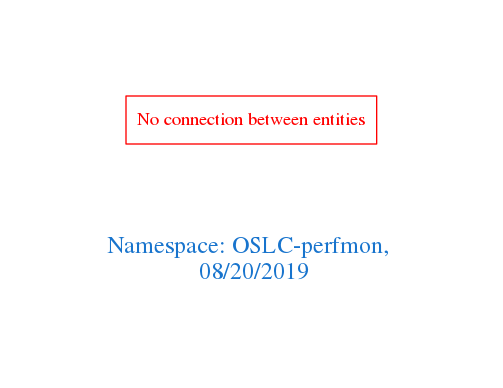
Before: downloads/OSLC-perfmon.png, a diagram exported from Graphviz (arago/OGIT). Its source is kept beside it as downloads/OSLC-perfmon.dot. Its diagram source:
```dot
digraph OGIT_ontology {
 graph [ rankdir= LR,pad=1
fontsize = 18,
fontcolor= dodgerblue3,label = "\n\n\nNamespace: OSLC-perfmon, \n 08/20/2019"];
node[shape=polygon];
edge [  color="gray81"];

"No connection between entities" [fontcolor = "red",color="red", shape="polygon"]
}
```
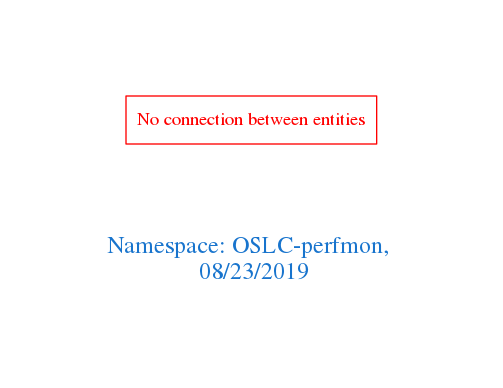
The same diagram one commit later.

Diff of the diagram source:
```diff
@@ -1,7 +1,7 @@
 digraph OGIT_ontology {
  graph [ rankdir= LR,pad=1
 fontsize = 18,
-fontcolor= dodgerblue3,label = "\n\n\nNamespace: OSLC-perfmon, \n 08/20/2019"];
+fontcolor= dodgerblue3,label = "\n\n\nNamespace: OSLC-perfmon, \n 08/23/2019"];
 node[shape=polygon];
 edge [  color="gray81"];
 
```
